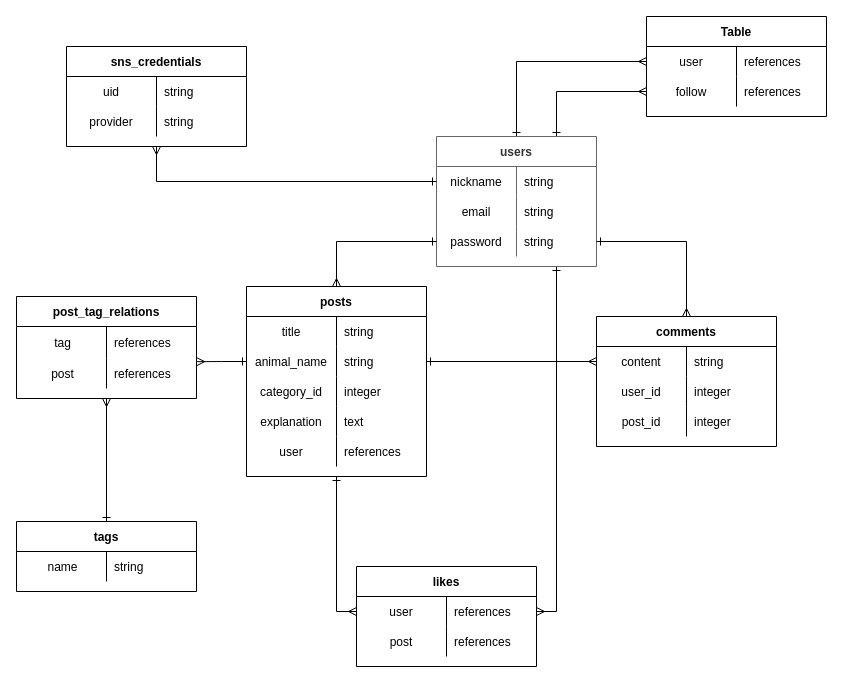
Above: anipho.dio in tomoyasakamoto32/anipho (draw.io), before the change. Source tidied: cells renumbered, new cells numbered last; positions are measured from the earlier drawing's top-left corner, leaving out a move shared by most shapes. Both pictures are drawn from the tidied source at 100%, with x=0, y=0 at pixel (16, 16).
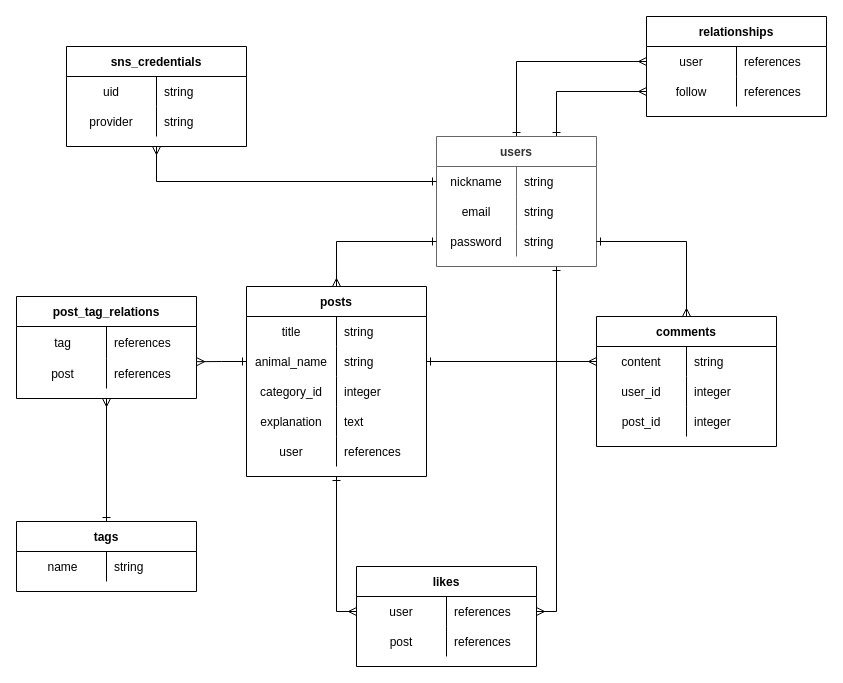
The same diagram, later.

The edit, as a diff of the source:
```diff
@@
-    <mxCell id="73" value="Table" style="shape=table;startSize=30;childLayout=tableLayout;rowLines=0;fontStyle=1;align=center;fontSize=12;strokeColor=#000000;fontColor=#000000;fillColor=none;" parent="1" vertex="1">
+    <mxCell id="73" value="relationships" style="shape=table;startSize=30;childLayout=tableLayout;rowLines=0;fontStyle=1;align=center;fontSize=12;strokeColor=#000000;fontColor=#000000;fillColor=none;" parent="1" vertex="1">
       <mxGeometry x="630" width="180" height="100" as="geometry" />
     </mxCell>
```
